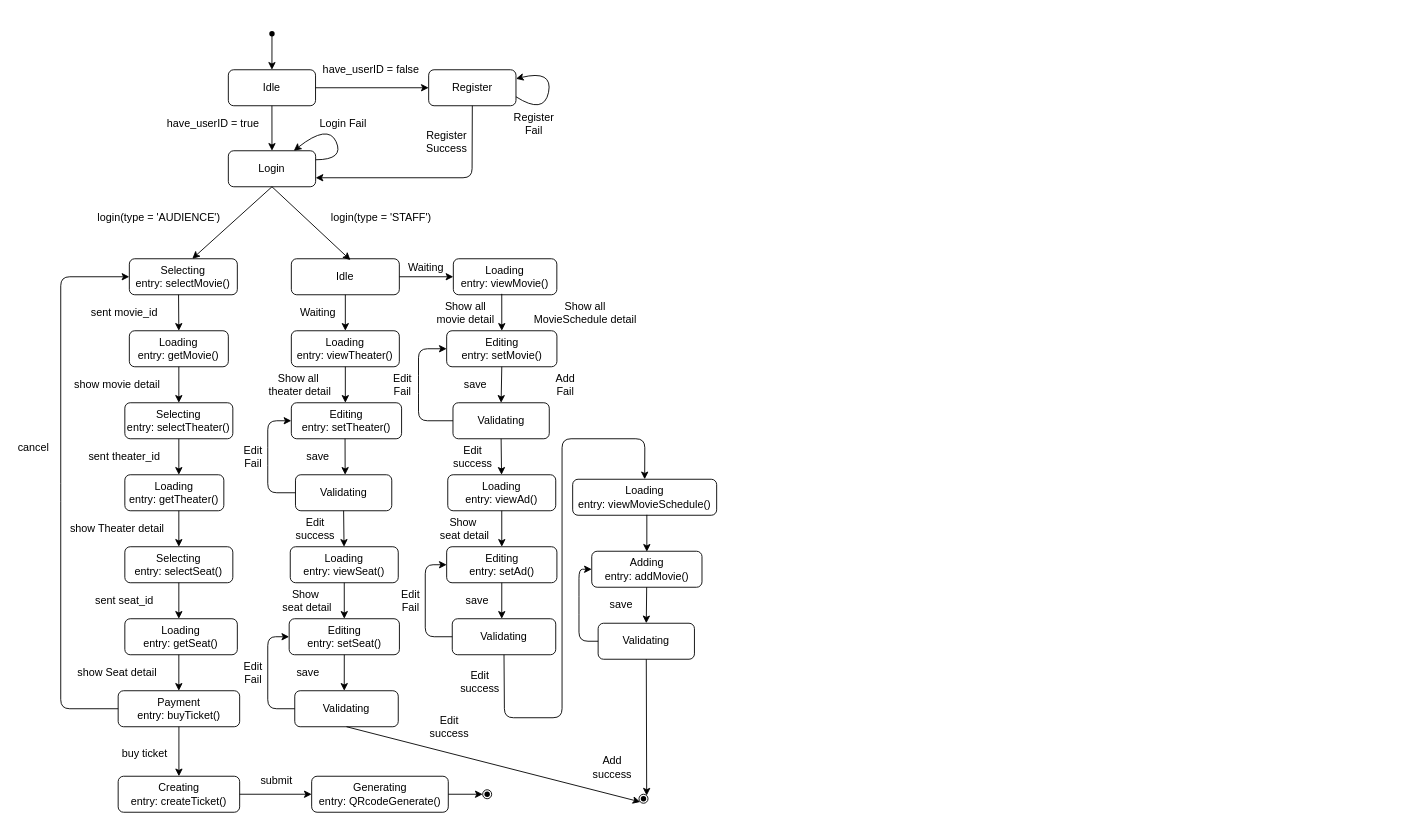
Above: Untitled Diagram.drawio in WSBoos/Boos (draw.io), before the change. Source tidied: cells renumbered, new cells numbered last; positions are measured from the earlier drawing's top-left corner, leaving out a move shared by most shapes. Both pictures are drawn from the tidied source at 90%, with x=0, y=0 at pixel (15, 15).
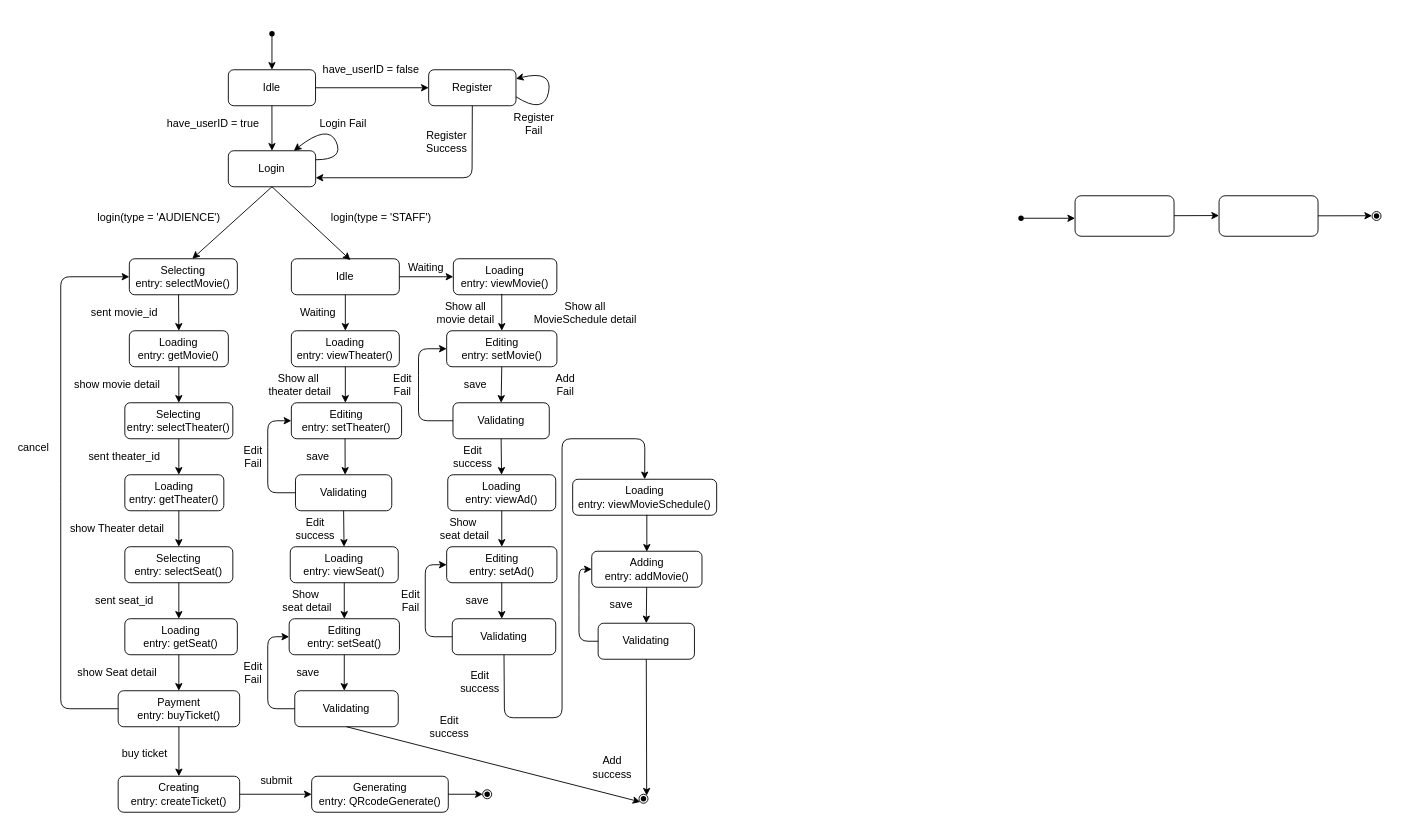
After the change.

Change to the diagram source:
```diff
@@
+    <mxCell id="113" style="shape=waypoint;sketch=0;size=6;points=[];fillColor=none;perimeter=centerPerimeter;snapToPoint=1;" parent="1" vertex="1">
+      <mxGeometry x="1097" y="205" width="40" height="40" as="geometry" />
+    </mxCell>
+    <mxCell id="114" style="endArrow=classic;html=1;exitX=0.58;exitY=0.755;exitDx=0;exitDy=0;exitPerimeter=0;" parent="1" edge="1" source="113">
+      <mxGeometry relative="1" as="geometry">
+        <mxPoint x="1177" y="225" as="targetPoint" />
+      </mxGeometry>
+    </mxCell>
+    <mxCell id="115" style="endArrow=classic;html=1;exitX=1;exitY=0.5;exitDx=0;exitDy=0;" parent="1" edge="1">
+      <mxGeometry relative="1" as="geometry">
+        <mxPoint x="1277" y="222.2" as="sourcePoint" />
+        <mxPoint x="1337" y="222" as="targetPoint" />
+      </mxGeometry>
+    </mxCell>
+    <mxCell id="116" style="rounded=1;whiteSpace=wrap;html=1;" parent="1" vertex="1">
+      <mxGeometry x="1177" y="200" width="110" height="45" as="geometry" />
+    </mxCell>
+    <mxCell id="117" style="rounded=1;whiteSpace=wrap;html=1;" parent="1" vertex="1">
+      <mxGeometry x="1337" y="200" width="110" height="45" as="geometry" />
+    </mxCell>
+    <mxCell id="118" style="endArrow=classic;html=1;exitX=1;exitY=0.5;exitDx=0;exitDy=0;" parent="1" edge="1">
+      <mxGeometry relative="1" as="geometry">
+        <mxPoint x="1447" y="222.3" as="sourcePoint" />
+        <mxPoint x="1507" y="222.2" as="targetPoint" />
+      </mxGeometry>
+    </mxCell>
+    <mxCell id="119" style="ellipse;whiteSpace=wrap;html=1;" parent="1" vertex="1">
+      <mxGeometry x="1507" y="217.5" width="10" height="10" as="geometry" />
+    </mxCell>
+    <mxCell id="120" style="shape=waypoint;sketch=0;size=6;fillColor=none;perimeter=centerPerimeter;" parent="1" vertex="1">
+      <mxGeometry x="1492" y="202.5" width="40" height="40" as="geometry" />
+    </mxCell>
```
